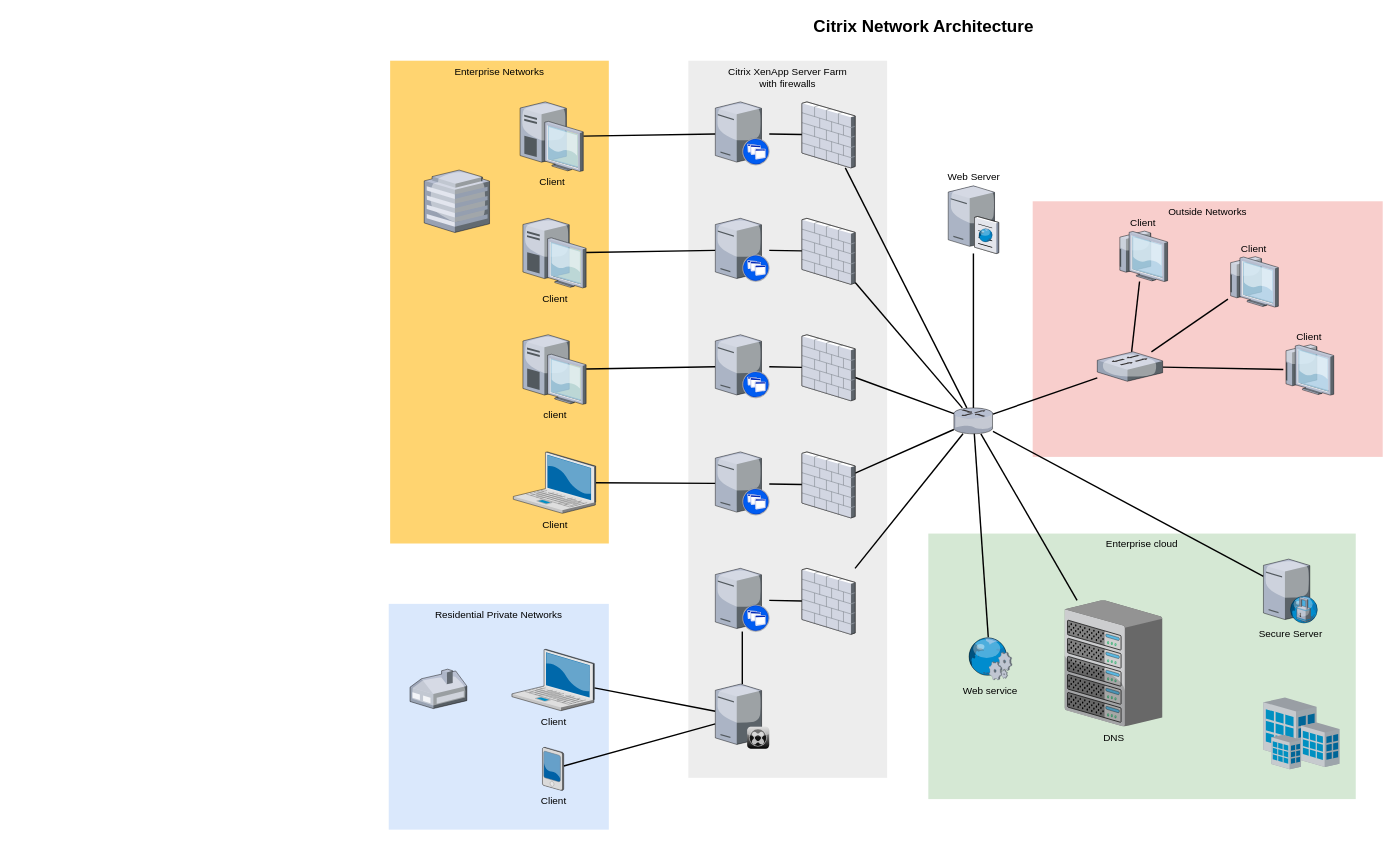
Before: thunder-arch.drawio in yi2003/diagram, a draw.io diagram. Source tidied: cells renumbered, new cells numbered last; positions are measured from the earlier drawing's top-left corner, leaving out a move shared by most shapes. Both pictures are drawn from the tidied source at 71%, with x=0, y=0 at pixel (388, 12).
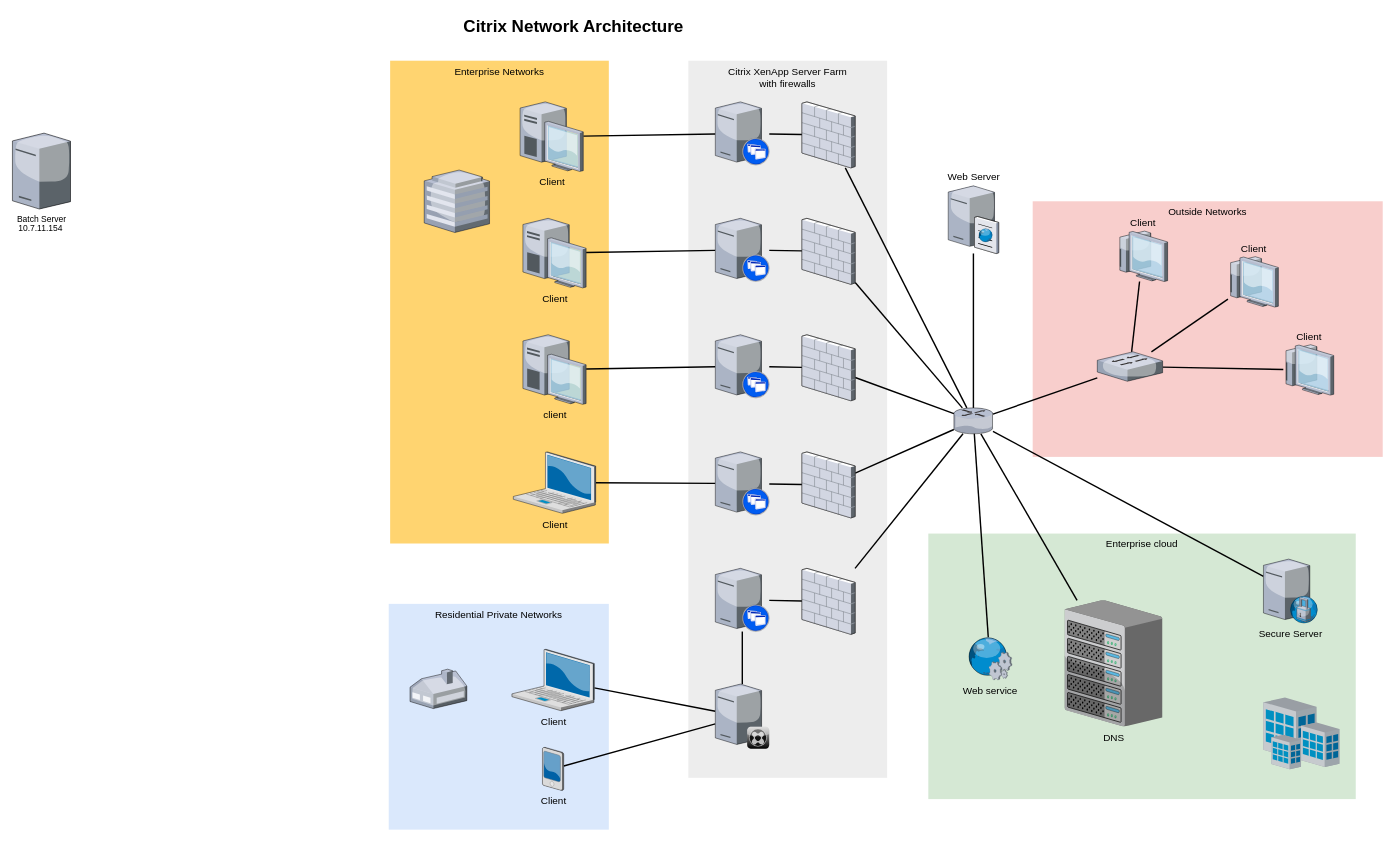
Above is the later version.

Change to the diagram source:
```diff
@@
     <mxCell id="61" value="Citrix Network Architecture" style="text;strokeColor=none;fillColor=none;html=1;fontSize=24;fontStyle=1;verticalAlign=middle;align=center;" parent="1" vertex="1">
-      <mxGeometry x="322" width="861" height="40" as="geometry" />
+      <mxGeometry x="-171" width="861" height="40" as="geometry" />
     </mxCell>
+    <mxCell id="62" value="Batch Server&lt;br&gt;10.7.11.154&amp;nbsp;" style="verticalLabelPosition=bottom;sketch=0;html=1;verticalAlign=top;strokeColor=none;align=center;shape=mxgraph.citrix.license_server;" parent="1" vertex="1">
+      <mxGeometry x="-530" y="170" width="81.8" height="106.9" as="geometry" />
+    </mxCell>
```
